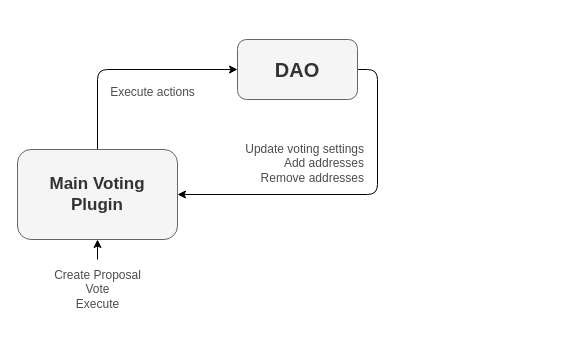
This is page "Standard 2" (6 of 8) of img/Geo Diagrams.drawio from aragon/geo-browser-contracts, a draw.io file, before an edit. Source tidied: cells renumbered, new cells numbered last; positions are measured from the earlier drawing's top-left corner, leaving out a move shared by most shapes. Both pictures are drawn from the tidied source at 100%, with x=0, y=0 at pixel (17, 39).
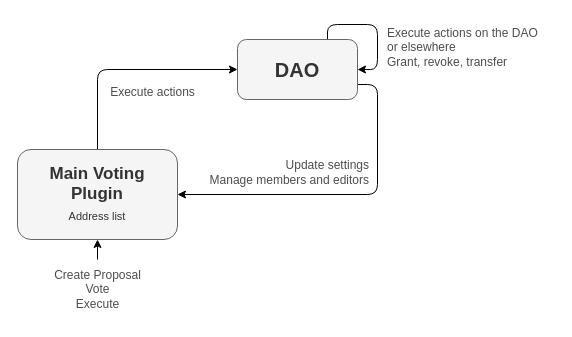
The same diagram, later.

The edit, as a diff of the source:
```diff
@@
 <mxGraphModel background="#ffffff">
   <root>
     <mxCell id="0" />
     <mxCell id="1" parent="0" />
-    <mxCell id="2" style="edgeStyle=orthogonalEdgeStyle;rounded=1;jettySize=auto;html=1;exitX=1;exitY=0.5;exitDx=0;exitDy=0;entryX=1;entryY=0.5;entryDx=0;entryDy=0;" parent="1" edge="1" source="3" target="5">
+    <mxCell id="2" style="edgeStyle=orthogonalEdgeStyle;rounded=1;jettySize=auto;html=1;exitX=1;exitY=0.75;exitDx=0;exitDy=0;entryX=1;entryY=0.5;entryDx=0;entryDy=0;" parent="1" edge="1" source="3" target="5">
       <mxGeometry relative="1" as="geometry" />
     </mxCell>
+    <mxCell id="10" style="edgeStyle=orthogonalEdgeStyle;rounded=1;orthogonalLoop=1;jettySize=auto;html=1;exitX=0.75;exitY=0;exitDx=0;exitDy=0;entryX=1;entryY=0.5;entryDx=0;entryDy=0;curved=0;" parent="1" edge="1" source="3" target="3">
+      <mxGeometry relative="1" as="geometry">
+        <Array as="points">
+          <mxPoint x="310" y="-15" />
+          <mxPoint x="360" y="-15" />
+          <mxPoint x="360" y="30" />
+        </Array>
+      </mxGeometry>
+    </mxCell>
     <mxCell id="3" value="&lt;font style=&quot;font-size: 20px;&quot;&gt;&lt;b&gt;DAO&lt;/b&gt;&lt;/font&gt;" style="rounded=1;whiteSpace=wrap;html=1;fillColor=#f5f5f5;fontColor=#333333;strokeColor=#666666;" parent="1" vertex="1">
       <mxGeometry x="220" width="120" height="60" as="geometry" />
     </mxCell>
     <mxCell id="4" style="edgeStyle=orthogonalEdgeStyle;rounded=1;jettySize=auto;html=1;exitX=0.5;exitY=0;exitDx=0;exitDy=0;entryX=0;entryY=0.5;entryDx=0;entryDy=0;" parent="1" edge="1" source="5" target="3">
       <mxGeometry relative="1" as="geometry" />
     </mxCell>
-    <mxCell id="5" value="&lt;font size=&quot;1&quot; style=&quot;&quot;&gt;&lt;b style=&quot;font-size: 17px;&quot;&gt;Main Voting&lt;br&gt;Plugin&lt;br&gt;&lt;/b&gt;&lt;/font&gt;" style="rounded=1;whiteSpace=wrap;html=1;fillColor=#f5f5f5;fontColor=#333333;strokeColor=#666666;" parent="1" vertex="1">
+    <mxCell id="5" value="&lt;font size=&quot;1&quot;&gt;&lt;b style=&quot;font-size: 17px;&quot;&gt;Main Voting&lt;br&gt;Plugin&lt;/b&gt;&lt;/font&gt;&lt;font style=&quot;font-size: 11px;&quot;&gt;&lt;br&gt;Address list&lt;/font&gt;&lt;font size=&quot;1&quot; style=&quot;&quot;&gt;&lt;b style=&quot;font-size: 17px;&quot;&gt;&lt;br&gt;&lt;/b&gt;&lt;/font&gt;" style="rounded=1;whiteSpace=wrap;html=1;fillColor=#f5f5f5;fontColor=#333333;strokeColor=#666666;" parent="1" vertex="1">
       <mxGeometry y="110" width="160" height="90" as="geometry" />
     </mxCell>
     <mxCell id="6" style="edgeStyle=orthogonalEdgeStyle;rounded=1;jettySize=auto;html=1;entryX=0.5;entryY=1;entryDx=0;entryDy=0;" parent="1" edge="1" source="7" target="5">
       <mxGeometry relative="1" as="geometry" />
     </mxCell>
     <mxCell id="7" value="Create Proposal&lt;br&gt;Vote&lt;br&gt;Execute" style="text;html=1;align=center;verticalAlign=middle;points=[];strokeColor=none;fillColor=none;fontColor=#4d4d4d;" parent="1" vertex="1">
       <mxGeometry x="25" y="220" width="110" height="60" as="geometry" />
     </mxCell>
     <mxCell id="8" value="Execute actions" style="text;html=1;align=center;verticalAlign=middle;strokeColor=none;fillColor=none;fontColor=#4d4d4d;" parent="1" vertex="1">
       <mxGeometry x="80" y="38" width="110" height="30" as="geometry" />
     </mxCell>
-    <mxCell id="9" value="Update voting settings&lt;br&gt;Add addresses&lt;br&gt;Remove addresses" style="text;html=1;align=right;verticalAlign=middle;strokeColor=none;fillColor=none;fontColor=#4d4d4d;" parent="1" vertex="1">
-      <mxGeometry x="208" y="94" width="140" height="60" as="geometry" />
+    <mxCell id="9" value="Update settings&lt;div&gt;Manage members and editors&lt;/div&gt;" style="text;html=1;align=right;verticalAlign=middle;strokeColor=none;fillColor=none;fontColor=#4d4d4d;" parent="1" vertex="1">
+      <mxGeometry x="176" y="112" width="177" height="41" as="geometry" />
     </mxCell>
+    <mxCell id="11" value="Execute actions on the DAO&lt;div&gt;or elsewhere&lt;/div&gt;&lt;div&gt;Grant, revoke, transfer&lt;/div&gt;" style="text;html=1;align=left;verticalAlign=middle;strokeColor=none;fillColor=none;fontColor=#4d4d4d;" parent="1" vertex="1">
+      <mxGeometry x="368" y="-20" width="169" height="55" as="geometry" />
+    </mxCell>
   </root>
 </mxGraphModel>
```
